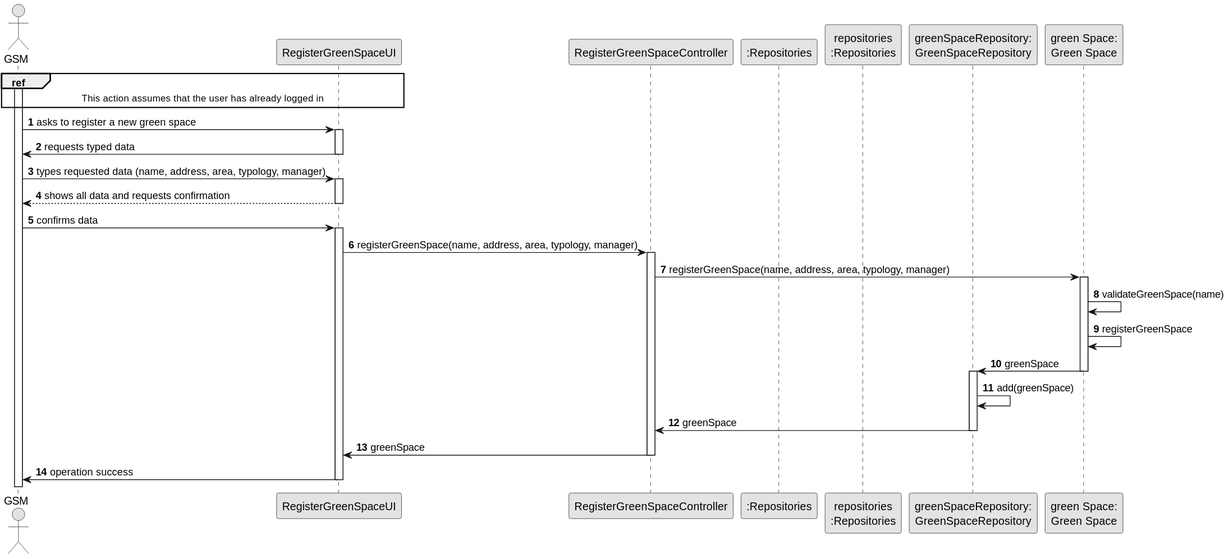
Earlier version of the PlantUML export docs/sprintC/US020/03.design/svg/us20-sequence-diagram-full.svg (LopemigueISEP/lei-24-s2-1nb-g312).
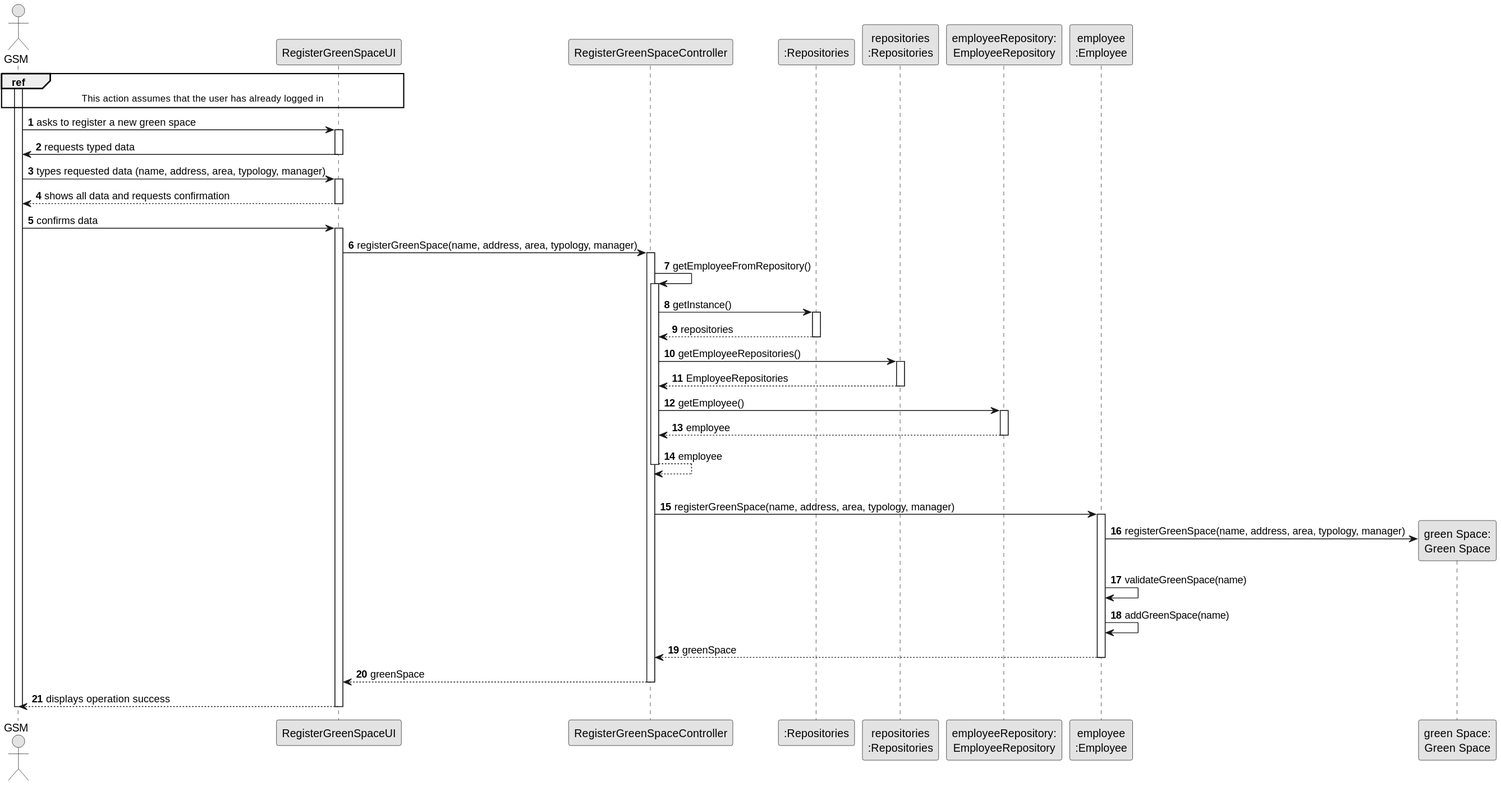
After the commit.

What changed in the source:
```diff
@@ -10,7 +10,9 @@
 participant RegisterGreenSpaceController as CTRL
 participant ":Repositories" as RepositorySingleton
 participant "repositories\n:Repositories" as PLAT
-participant "greenSpaceRepository:\nGreenSpaceRepository" as GreenSpaceRepository
+participant "employeeRepository:\nEmployeeRepository" as EMPLREP
+
+participant "employee\n:Employee" as EMP
 participant "green Space:\nGreen Space" as GREENSPACE
 activate GSM
 
@@ -33,21 +35,50 @@
 
 UI -> CTRL : registerGreenSpace(name, address, area, typology, manager)
 activate CTRL
+CTRL->CTRL: getEmployeeFromRepository()
 
-CTRL -> GREENSPACE : registerGreenSpace(name, address, area, typology, manager)
-activate GREENSPACE
+                activate CTRL
+                CTRL -> RepositorySingleton : getInstance()
+                activate RepositorySingleton
 
-GREENSPACE -> GREENSPACE : validateGreenSpace(name)
-GREENSPACE -> GREENSPACE : registerGreenSpace
+                RepositorySingleton --> CTRL : repositories
+                deactivate RepositorySingleton
 
-GREENSPACE -> GreenSpaceRepository : greenSpace
-deactivate GREENSPACE
-activate GreenSpaceRepository
-GreenSpaceRepository -> GreenSpaceRepository : add(greenSpace)
-GreenSpaceRepository -> CTRL : greenSpace
-deactivate GreenSpaceRepository
-CTRL -> UI : greenSpace
-deactivate CTRL
-UI -> GSM : operation success
-deactivate UI
+                CTRL -> PLAT : getEmployeeRepositories()
+                activate PLAT
+
+
+                PLAT --> CTRL : EmployeeRepositories
+                deactivate PLAT
+
+
+                CTRL -> EMPLREP: getEmployee()
+                activate EMPLREP
+                EMPLREP -->CTRL: employee
+                deactivate EMPLREP
+
+            CTRL-->CTRL: employee
+            deactivate CTRL
+
+            |||
+            CTRL -> EMP : registerGreenSpace(name, address, area, typology, manager)
+            activate EMP
+
+            EMP ->GREENSPACE** : registerGreenSpace(name, address, area, typology, manager)
+
+            EMP -> EMP: validateGreenSpace(name)
+            EMP -> EMP: addGreenSpace(name)
+
+            EMP --> CTRL: greenSpace
+            deactivate EMP
+
+
+
+            CTRL --> UI: greenSpace
+            deactivate CTRL
+
+            UI --> GSM: displays operation success
+            deactivate UI
+
+deactivate GSM
 @enduml
```
